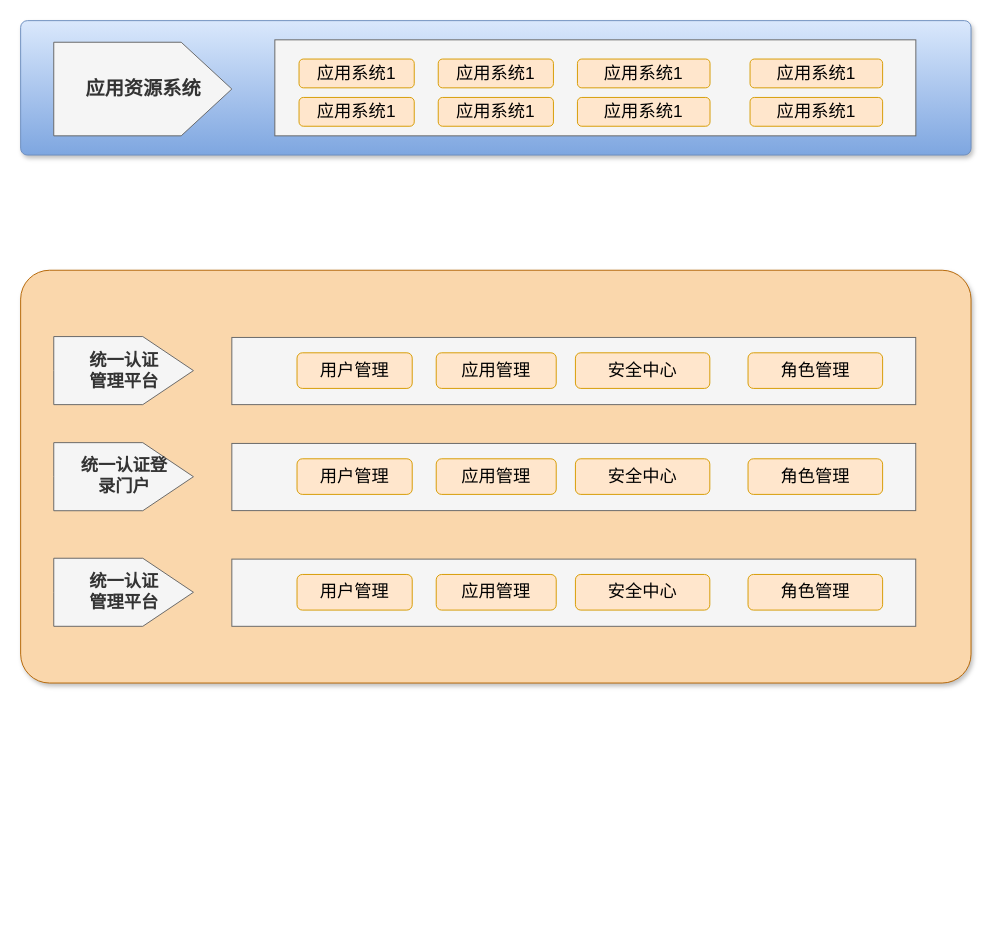
This is 东庄信息化项目-统一权限管理.drawio from sun-beijixing/drawio, a draw.io file, before an edit. Source tidied: cells renumbered, new cells numbered last; positions are measured from the earlier drawing's top-left corner, leaving out a move shared by most shapes. Both pictures are drawn from the tidied source at 96%, with x=0, y=0 at pixel (20, 20).
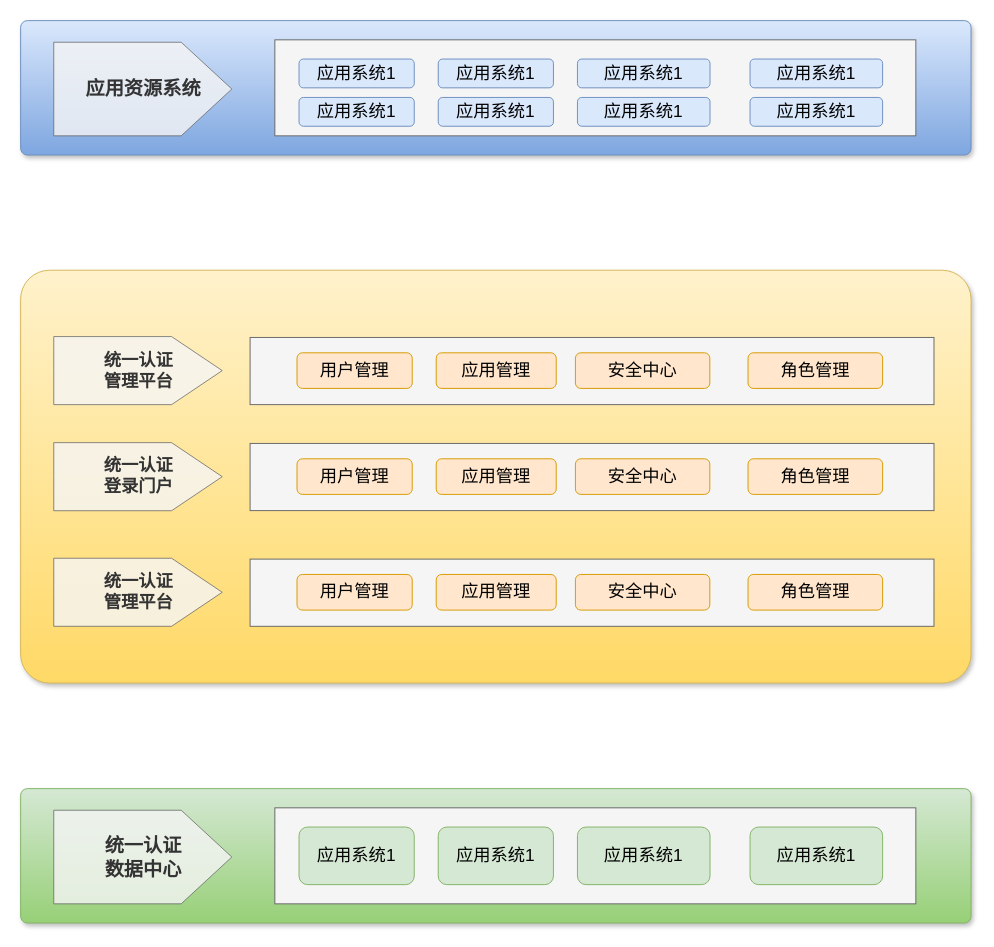
The same diagram, later.

Commit message:
更新东庄信息化项目-统一权限管理.drawio

Change to the diagram source:
```diff
@@
-    <mxCell id="2" style="text;html=1;strokeColor=#6c8ebf;fillColor=#dae8fc;align=center;verticalAlign=middle;whiteSpace=wrap;fontSize=54;fontStyle=1;shadow=1;rounded=1;glass=0;sketch=0;gradientColor=#7ea6e0;arcSize=5;" parent="1" vertex="1">
+    <mxCell id="2" style="text;html=1;strokeColor=#6c8ebf;fillColor=#dae8fc;align=center;verticalAlign=middle;whiteSpace=wrap;fontSize=54;fontStyle=1;shadow=1;rounded=1;glass=0;sketch=0;arcSize=5;gradientColor=#7ea6e0;" parent="1" vertex="1">
       <mxGeometry width="990" height="140" as="geometry" />
     </mxCell>
@@
-    <mxCell id="4" value="&lt;font style=&quot;font-size: 18px;&quot;&gt;应用系统1&lt;/font&gt;" style="rounded=1;whiteSpace=wrap;html=1;shadow=0;glass=0;sketch=0;fillColor=#ffe6cc;strokeColor=#d79b00;" parent="2" vertex="1">
+    <mxCell id="4" value="&lt;font style=&quot;font-size: 18px;&quot;&gt;应用系统1&lt;/font&gt;" style="rounded=1;whiteSpace=wrap;html=1;shadow=0;glass=0;sketch=0;fillColor=#dae8fc;strokeColor=#6c8ebf;gradientColor=none;" parent="2" vertex="1">
       <mxGeometry x="290" y="40" width="120" height="30" as="geometry" />
     </mxCell>
-    <mxCell id="5" value="&lt;span style=&quot;color: rgb(51, 51, 51);&quot;&gt;&lt;b&gt;&lt;font style=&quot;font-size: 20px;&quot;&gt;应用资源系统&lt;/font&gt;&lt;/b&gt;&lt;/span&gt;" style="html=1;shadow=0;dashed=0;align=center;verticalAlign=middle;shape=mxgraph.arrows2.arrow;dy=0;dx=52.76;notch=0;rounded=0;glass=0;sketch=0;fontSize=18;fillColor=#f5f5f5;fontColor=#333333;strokeColor=#666666;whiteSpace=wrap;" parent="2" vertex="1">
+    <mxCell id="5" value="&lt;span style=&quot;color: rgb(51, 51, 51);&quot;&gt;&lt;b&gt;&lt;font style=&quot;font-size: 20px;&quot;&gt;应用资源系统&lt;/font&gt;&lt;/b&gt;&lt;/span&gt;" style="html=1;shadow=0;dashed=0;align=center;verticalAlign=middle;shape=mxgraph.arrows2.arrow;dy=0;dx=52.76;notch=0;rounded=0;glass=0;sketch=0;fontSize=18;fillColor=#f5f5f5;fontColor=#333333;strokeColor=#666666;whiteSpace=wrap;opacity=80;" parent="2" vertex="1">
       <mxGeometry x="34.5" y="22.5" width="185.5" height="97.5" as="geometry" />
     </mxCell>
-    <mxCell id="6" value="&lt;font style=&quot;font-size: 18px;&quot;&gt;应用系统1&lt;/font&gt;" style="rounded=1;whiteSpace=wrap;html=1;shadow=0;glass=0;sketch=0;fillColor=#ffe6cc;strokeColor=#d79b00;" parent="2" vertex="1">
+    <mxCell id="6" value="&lt;font style=&quot;font-size: 18px;&quot;&gt;应用系统1&lt;/font&gt;" style="rounded=1;whiteSpace=wrap;html=1;shadow=0;glass=0;sketch=0;fillColor=#dae8fc;strokeColor=#6c8ebf;gradientColor=none;" parent="2" vertex="1">
       <mxGeometry x="759.8" y="40" width="138.1" height="30" as="geometry" />
     </mxCell>
-    <mxCell id="7" value="&lt;font style=&quot;font-size: 18px;&quot;&gt;应用系统1&lt;/font&gt;" style="rounded=1;whiteSpace=wrap;html=1;shadow=0;glass=0;sketch=0;fillColor=#ffe6cc;strokeColor=#d79b00;" parent="2" vertex="1">
+    <mxCell id="7" value="&lt;font style=&quot;font-size: 18px;&quot;&gt;应用系统1&lt;/font&gt;" style="rounded=1;whiteSpace=wrap;html=1;shadow=0;glass=0;sketch=0;fillColor=#dae8fc;strokeColor=#6c8ebf;gradientColor=none;" parent="2" vertex="1">
       <mxGeometry x="580" y="40" width="138.1" height="30" as="geometry" />
     </mxCell>
-    <mxCell id="8" value="&lt;font style=&quot;font-size: 18px;&quot;&gt;应用系统1&lt;/font&gt;" style="rounded=1;whiteSpace=wrap;html=1;shadow=0;glass=0;sketch=0;fillColor=#ffe6cc;strokeColor=#d79b00;" parent="2" vertex="1">
+    <mxCell id="8" value="&lt;font style=&quot;font-size: 18px;&quot;&gt;应用系统1&lt;/font&gt;" style="rounded=1;whiteSpace=wrap;html=1;shadow=0;glass=0;sketch=0;fillColor=#dae8fc;strokeColor=#6c8ebf;gradientColor=none;" parent="2" vertex="1">
       <mxGeometry x="759.8" y="80" width="138.1" height="30" as="geometry" />
     </mxCell>
-    <mxCell id="9" value="&lt;font style=&quot;font-size: 18px;&quot;&gt;应用系统1&lt;/font&gt;" style="rounded=1;whiteSpace=wrap;html=1;shadow=0;glass=0;sketch=0;fillColor=#ffe6cc;strokeColor=#d79b00;" parent="2" vertex="1">
+    <mxCell id="9" value="&lt;font style=&quot;font-size: 18px;&quot;&gt;应用系统1&lt;/font&gt;" style="rounded=1;whiteSpace=wrap;html=1;shadow=0;glass=0;sketch=0;fillColor=#dae8fc;strokeColor=#6c8ebf;gradientColor=none;" parent="2" vertex="1">
       <mxGeometry x="580" y="80" width="138.1" height="30" as="geometry" />
     </mxCell>
-    <mxCell id="10" value="&lt;font style=&quot;font-size: 18px;&quot;&gt;应用系统1&lt;/font&gt;" style="rounded=1;whiteSpace=wrap;html=1;shadow=0;glass=0;sketch=0;fillColor=#ffe6cc;strokeColor=#d79b00;" parent="2" vertex="1">
+    <mxCell id="10" value="&lt;font style=&quot;font-size: 18px;&quot;&gt;应用系统1&lt;/font&gt;" style="rounded=1;whiteSpace=wrap;html=1;shadow=0;glass=0;sketch=0;fillColor=#dae8fc;strokeColor=#6c8ebf;gradientColor=none;" parent="2" vertex="1">
       <mxGeometry x="435" y="40" width="120" height="30" as="geometry" />
     </mxCell>
-    <mxCell id="11" value="&lt;font style=&quot;font-size: 18px;&quot;&gt;应用系统1&lt;/font&gt;" style="rounded=1;whiteSpace=wrap;html=1;shadow=0;glass=0;sketch=0;fillColor=#ffe6cc;strokeColor=#d79b00;" parent="2" vertex="1">
+    <mxCell id="11" value="&lt;font style=&quot;font-size: 18px;&quot;&gt;应用系统1&lt;/font&gt;" style="rounded=1;whiteSpace=wrap;html=1;shadow=0;glass=0;sketch=0;fillColor=#dae8fc;strokeColor=#6c8ebf;gradientColor=none;" parent="2" vertex="1">
       <mxGeometry x="290" y="80" width="120" height="30" as="geometry" />
     </mxCell>
-    <mxCell id="12" value="&lt;font style=&quot;font-size: 18px;&quot;&gt;应用系统1&lt;/font&gt;" style="rounded=1;whiteSpace=wrap;html=1;shadow=0;glass=0;sketch=0;fillColor=#ffe6cc;strokeColor=#d79b00;" parent="2" vertex="1">
+    <mxCell id="12" value="&lt;font style=&quot;font-size: 18px;&quot;&gt;应用系统1&lt;/font&gt;" style="rounded=1;whiteSpace=wrap;html=1;shadow=0;glass=0;sketch=0;fillColor=#dae8fc;strokeColor=#6c8ebf;gradientColor=none;" parent="2" vertex="1">
       <mxGeometry x="435" y="80" width="120" height="30" as="geometry" />
     </mxCell>
-    <mxCell id="13" style="text;html=1;strokeColor=#b46504;fillColor=#fad7ac;align=center;verticalAlign=middle;whiteSpace=wrap;fontSize=54;fontStyle=1;shadow=1;rounded=1;glass=0;sketch=0;arcSize=7;" parent="1" vertex="1">
+    <mxCell id="13" style="text;html=1;strokeColor=#d6b656;fillColor=#fff2cc;align=center;verticalAlign=middle;whiteSpace=wrap;fontSize=54;fontStyle=1;shadow=1;rounded=1;glass=0;sketch=0;arcSize=7;gradientColor=#ffd966;" parent="1" vertex="1">
       <mxGeometry y="260" width="990" height="430" as="geometry" />
     </mxCell>
     <mxCell id="14" style="rounded=0;whiteSpace=wrap;html=1;shadow=0;glass=0;sketch=0;fontSize=20;fillColor=#f5f5f5;fontColor=#333333;strokeColor=#666666;" parent="13" vertex="1">
-      <mxGeometry x="220" y="70" width="712.4" height="70" as="geometry" />
+      <mxGeometry x="239" y="70" width="712.4" height="70" as="geometry" />
     </mxCell>
@@
-    <mxCell id="16" value="&lt;span style=&quot;color: rgb(51, 51, 51);&quot;&gt;&lt;b&gt;&lt;font style=&quot;font-size: 18px;&quot;&gt;统一认证&lt;br&gt;管理平台&lt;/font&gt;&lt;/b&gt;&lt;/span&gt;" style="html=1;shadow=0;dashed=0;align=center;verticalAlign=middle;shape=mxgraph.arrows2.arrow;dy=0;dx=52.76;notch=0;rounded=0;glass=0;sketch=0;fontSize=18;fillColor=#f5f5f5;fontColor=#333333;strokeColor=#666666;whiteSpace=wrap;" parent="13" vertex="1">
-      <mxGeometry x="34.5" y="69.1" width="145.5" height="70.9" as="geometry" />
+    <mxCell id="16" value="&lt;div style=&quot;&quot;&gt;&lt;b style=&quot;background-color: initial;&quot;&gt;统一认证&lt;/b&gt;&lt;/div&gt;&lt;span style=&quot;color: rgb(51, 51, 51);&quot;&gt;&lt;div style=&quot;&quot;&gt;&lt;b style=&quot;background-color: initial;&quot;&gt;管理平台&lt;/b&gt;&lt;/div&gt;&lt;/span&gt;" style="html=1;shadow=0;dashed=0;align=center;verticalAlign=middle;shape=mxgraph.arrows2.arrow;dy=0;dx=52.76;notch=0;rounded=0;glass=0;sketch=0;fontSize=18;fillColor=#f5f5f5;fontColor=#333333;strokeColor=#666666;whiteSpace=wrap;opacity=80;" parent="13" vertex="1">
+      <mxGeometry x="34.5" y="69.1" width="175.5" height="70.9" as="geometry" />
     </mxCell>
@@
     <mxCell id="20" style="rounded=0;whiteSpace=wrap;html=1;shadow=0;glass=0;sketch=0;fontSize=20;fillColor=#f5f5f5;fontColor=#333333;strokeColor=#666666;" parent="13" vertex="1">
-      <mxGeometry x="220" y="180.4" width="712.4" height="70" as="geometry" />
+      <mxGeometry x="239" y="180.4" width="712.4" height="70" as="geometry" />
     </mxCell>
@@
-    <mxCell id="22" value="&lt;span style=&quot;color: rgb(51, 51, 51);&quot;&gt;&lt;b&gt;&lt;font style=&quot;font-size: 18px;&quot;&gt;统一认证登&lt;br&gt;录门户&lt;/font&gt;&lt;/b&gt;&lt;/span&gt;" style="html=1;shadow=0;dashed=0;align=center;verticalAlign=middle;shape=mxgraph.arrows2.arrow;dy=0;dx=52.76;notch=0;rounded=0;glass=0;sketch=0;fontSize=18;fillColor=#f5f5f5;fontColor=#333333;strokeColor=#666666;whiteSpace=wrap;" parent="13" vertex="1">
-      <mxGeometry x="34.5" y="179.6" width="145.5" height="70.9" as="geometry" />
+    <mxCell id="22" value="&lt;span style=&quot;color: rgb(51, 51, 51);&quot;&gt;&lt;b&gt;&lt;font style=&quot;font-size: 18px;&quot;&gt;统一认证&lt;br&gt;登录门户&lt;/font&gt;&lt;/b&gt;&lt;/span&gt;" style="html=1;shadow=0;dashed=0;align=center;verticalAlign=middle;shape=mxgraph.arrows2.arrow;dy=0;dx=52.76;notch=0;rounded=0;glass=0;sketch=0;fontSize=18;fillColor=#f5f5f5;fontColor=#333333;strokeColor=#666666;whiteSpace=wrap;opacity=80;" parent="13" vertex="1">
+      <mxGeometry x="34.5" y="179.6" width="175.5" height="70.9" as="geometry" />
     </mxCell>
@@
     <mxCell id="26" style="rounded=0;whiteSpace=wrap;html=1;shadow=0;glass=0;sketch=0;fontSize=20;fillColor=#f5f5f5;fontColor=#333333;strokeColor=#666666;" parent="13" vertex="1">
-      <mxGeometry x="220" y="300.9" width="712.4" height="70" as="geometry" />
+      <mxGeometry x="239" y="300.9" width="712.4" height="70" as="geometry" />
     </mxCell>
@@
-    <mxCell id="28" value="&lt;span style=&quot;color: rgb(51, 51, 51);&quot;&gt;&lt;b&gt;&lt;font style=&quot;font-size: 18px;&quot;&gt;统一认证&lt;br&gt;管理平台&lt;/font&gt;&lt;/b&gt;&lt;/span&gt;" style="html=1;shadow=0;dashed=0;align=center;verticalAlign=middle;shape=mxgraph.arrows2.arrow;dy=0;dx=52.76;notch=0;rounded=0;glass=0;sketch=0;fontSize=18;fillColor=#f5f5f5;fontColor=#333333;strokeColor=#666666;whiteSpace=wrap;" parent="13" vertex="1">
-      <mxGeometry x="34.5" y="300" width="145.5" height="70.9" as="geometry" />
+    <mxCell id="28" value="&lt;span style=&quot;color: rgb(51, 51, 51);&quot;&gt;&lt;b&gt;&lt;font style=&quot;font-size: 18px;&quot;&gt;统一认证&lt;br&gt;管理平台&lt;/font&gt;&lt;/b&gt;&lt;/span&gt;" style="html=1;shadow=0;dashed=0;align=center;verticalAlign=middle;shape=mxgraph.arrows2.arrow;dy=0;dx=52.76;notch=0;rounded=0;glass=0;sketch=0;fontSize=18;fillColor=#f5f5f5;fontColor=#333333;strokeColor=#666666;whiteSpace=wrap;opacity=80;" parent="13" vertex="1">
+      <mxGeometry x="34.5" y="300" width="175.5" height="70.9" as="geometry" />
     </mxCell>
@@
+    <mxCell id="32" style="text;html=1;strokeColor=#82b366;fillColor=#d5e8d4;align=center;verticalAlign=middle;whiteSpace=wrap;fontSize=54;fontStyle=1;shadow=1;rounded=1;glass=0;sketch=0;gradientColor=#97d077;arcSize=5;" parent="1" vertex="1">
+      <mxGeometry y="800" width="990" height="140" as="geometry" />
+    </mxCell>
+    <mxCell id="33" style="rounded=0;whiteSpace=wrap;html=1;shadow=0;glass=0;sketch=0;fontSize=20;fillColor=#f5f5f5;fontColor=#333333;strokeColor=#666666;" parent="32" vertex="1">
+      <mxGeometry x="264.8" y="20" width="667.7" height="100" as="geometry" />
+    </mxCell>
+    <mxCell id="34" value="&lt;font style=&quot;font-size: 18px;&quot;&gt;应用系统1&lt;/font&gt;" style="rounded=1;whiteSpace=wrap;html=1;shadow=0;glass=0;sketch=0;fillColor=#d5e8d4;strokeColor=#82b366;gradientColor=none;" parent="32" vertex="1">
+      <mxGeometry x="290" y="40" width="120" height="60" as="geometry" />
+    </mxCell>
+    <mxCell id="35" value="&lt;span style=&quot;color: rgb(51, 51, 51);&quot;&gt;&lt;b&gt;&lt;font style=&quot;font-size: 20px;&quot;&gt;统一认证&lt;br&gt;数据中心&lt;br&gt;&lt;/font&gt;&lt;/b&gt;&lt;/span&gt;" style="html=1;shadow=0;dashed=0;align=center;verticalAlign=middle;shape=mxgraph.arrows2.arrow;dy=0;dx=52.76;notch=0;rounded=0;glass=0;sketch=0;fontSize=18;fillColor=#f5f5f5;fontColor=#333333;strokeColor=#666666;whiteSpace=wrap;opacity=80;" parent="32" vertex="1">
+      <mxGeometry x="34.5" y="22.5" width="185.5" height="97.5" as="geometry" />
+    </mxCell>
+    <mxCell id="36" value="&lt;font style=&quot;font-size: 18px;&quot;&gt;应用系统1&lt;/font&gt;" style="rounded=1;whiteSpace=wrap;html=1;shadow=0;glass=0;sketch=0;fillColor=#d5e8d4;strokeColor=#82b366;gradientColor=none;" parent="32" vertex="1">
+      <mxGeometry x="759.8" y="40" width="138.1" height="60" as="geometry" />
+    </mxCell>
+    <mxCell id="37" value="&lt;font style=&quot;font-size: 18px;&quot;&gt;应用系统1&lt;/font&gt;" style="rounded=1;whiteSpace=wrap;html=1;shadow=0;glass=0;sketch=0;fillColor=#d5e8d4;strokeColor=#82b366;gradientColor=none;" parent="32" vertex="1">
+      <mxGeometry x="580" y="40" width="138.1" height="60" as="geometry" />
+    </mxCell>
+    <mxCell id="38" value="&lt;font style=&quot;font-size: 18px;&quot;&gt;应用系统1&lt;/font&gt;" style="rounded=1;whiteSpace=wrap;html=1;shadow=0;glass=0;sketch=0;fillColor=#d5e8d4;strokeColor=#82b366;gradientColor=none;" parent="32" vertex="1">
+      <mxGeometry x="435" y="40" width="120" height="60" as="geometry" />
+    </mxCell>
```
